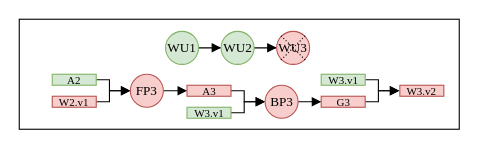
Above: fig/recovery2.drawio in icszhr/NCheck (draw.io), before the change. Source tidied: cells renumbered, new cells numbered last; positions are measured from the earlier drawing's top-left corner, leaving out a move shared by most shapes. Both pictures are drawn from the tidied source at 110%, with x=0, y=0 at pixel (19, 19).
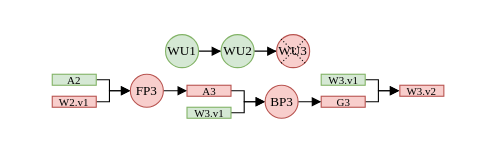
The same page after the edit.

Change to the diagram source:
```diff
@@
-    <mxCell id="2" style="rounded=0;whiteSpace=wrap;html=1;fillColor=none;arcSize=10;strokeWidth=1;fontFamily=Times New Roman;" parent="1" vertex="1">
-      <mxGeometry width="400" height="100" as="geometry" />
-    </mxCell>
@@
     <mxCell id="4" value="WU1" style="ellipse;whiteSpace=wrap;html=1;fillColor=#d5e8d4;strokeColor=#82b366;fontFamily=Times New Roman;" parent="1" vertex="1">
-      <mxGeometry x="133" y="11" width="30" height="30" as="geometry" />
+      <mxGeometry x="133" y="14" width="30" height="30" as="geometry" />
     </mxCell>
@@
     <mxCell id="6" value="WU2" style="ellipse;whiteSpace=wrap;html=1;fillColor=#d5e8d4;strokeColor=#82b366;fontFamily=Times New Roman;" parent="1" vertex="1">
-      <mxGeometry x="183.5" y="11" width="30" height="30" as="geometry" />
+      <mxGeometry x="183.5" y="14" width="30" height="30" as="geometry" />
     </mxCell>
     <mxCell id="7" value="WU3" style="ellipse;whiteSpace=wrap;html=1;fillColor=#f8cecc;strokeColor=#b85450;fontFamily=Times New Roman;" parent="1" vertex="1">
-      <mxGeometry x="234" y="11" width="30" height="30" as="geometry" />
+      <mxGeometry x="234" y="14" width="30" height="30" as="geometry" />
     </mxCell>
     <mxCell id="8" style="rounded=0;orthogonalLoop=1;jettySize=auto;html=1;exitX=0;exitY=0;exitDx=0;exitDy=0;entryX=0.86;entryY=0.868;entryDx=0;entryDy=0;strokeWidth=1;dashed=1;endArrow=none;endFill=0;dashPattern=1 2;entryPerimeter=0;fontFamily=Times New Roman;" parent="1" edge="1">
       <mxGeometry relative="1" as="geometry">
-        <mxPoint x="238" y="15" as="sourcePoint" />
-        <mxPoint x="260" y="37" as="targetPoint" />
+        <mxPoint x="238" y="18" as="sourcePoint" />
+        <mxPoint x="260" y="40" as="targetPoint" />
       </mxGeometry>
     </mxCell>
     <mxCell id="9" style="rounded=0;orthogonalLoop=1;jettySize=auto;html=1;exitX=0;exitY=1;exitDx=0;exitDy=0;entryX=0.859;entryY=0.132;entryDx=0;entryDy=0;dashed=1;endArrow=none;endFill=0;dashPattern=1 2;entryPerimeter=0;fontFamily=Times New Roman;" parent="1" edge="1">
       <mxGeometry relative="1" as="geometry">
-        <mxPoint x="238" y="37" as="sourcePoint" />
-        <mxPoint x="260" y="15" as="targetPoint" />
+        <mxPoint x="238" y="40" as="sourcePoint" />
+        <mxPoint x="260" y="18" as="targetPoint" />
       </mxGeometry>
     </mxCell>
```
